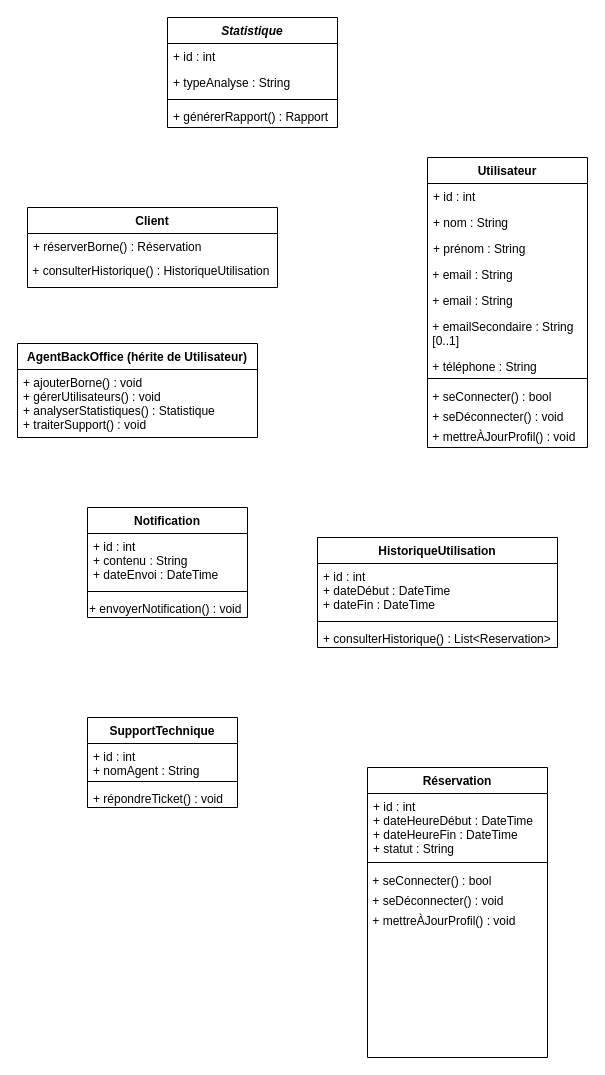
This is Diagramme de classe.drawio from achreffakraoui/Projet-uml, a draw.io file, before an edit. Source tidied: cells renumbered, new cells numbered last; positions are measured from the earlier drawing's top-left corner, leaving out a move shared by most shapes. Both pictures are drawn from the tidied source at 100%, with x=0, y=0 at pixel (17, 17).
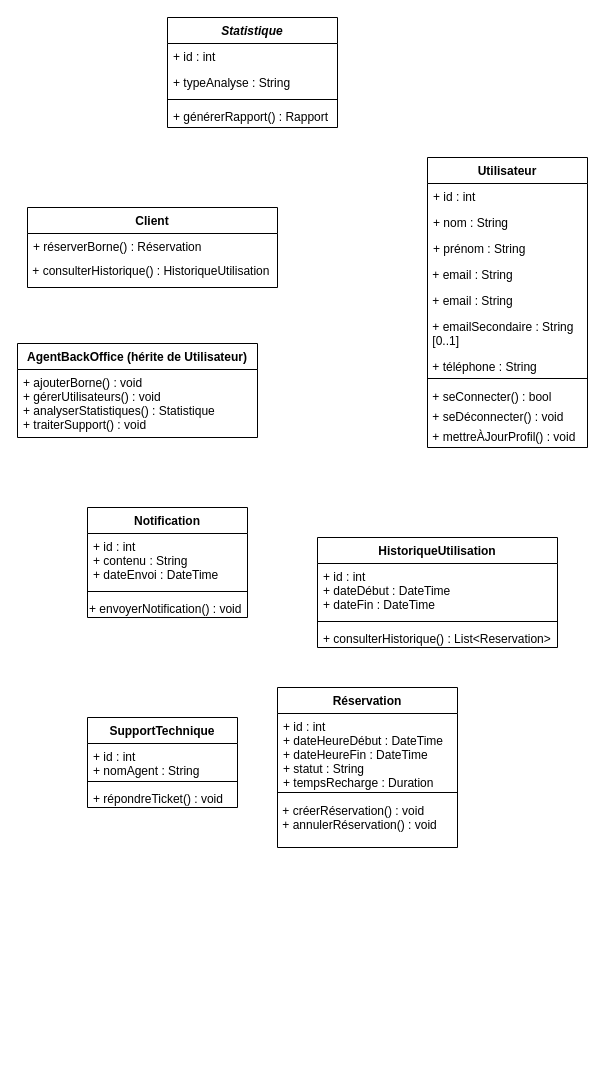
The same diagram, later.

Commit message (it also covers changes not shown here):
Mettre à jour Diagramme de classe.drawio

Change to the diagram source:
```diff
@@
     <mxCell id="36" value="Réservation" style="swimlane;fontStyle=1;align=center;verticalAlign=top;horizontal=1;startSize=26;rounded=0;shadow=0;strokeWidth=1;" parent="1" vertex="1">
-      <mxGeometry x="350" y="750" width="180" height="290" as="geometry" />
+      <mxGeometry x="260" y="670" width="180" height="160" as="geometry" />
     </mxCell>
-    <mxCell id="37" value="+ id : int  &#10;+ dateHeureDébut : DateTime  &#10;+ dateHeureFin : DateTime  &#10;+ statut : String" style="text;align=left;verticalAlign=top;spacingLeft=4;spacingRight=4;overflow=hidden;rounded=0;shadow=0;html=0;" parent="36" vertex="1">
-      <mxGeometry y="26" width="180" height="64" as="geometry" />
+    <mxCell id="37" value="+ id : int  &#10;+ dateHeureDébut : DateTime  &#10;+ dateHeureFin : DateTime  &#10;+ statut : String&#10;+ tempsRecharge : Duration " style="text;align=left;verticalAlign=top;spacingLeft=4;spacingRight=4;overflow=hidden;rounded=0;shadow=0;html=0;" parent="36" vertex="1">
+      <mxGeometry y="26" width="180" height="74" as="geometry" />
     </mxCell>
     <mxCell id="38" style="line;html=1;strokeWidth=1;align=left;verticalAlign=middle;spacingTop=-1;spacingLeft=3;spacingRight=3;labelPosition=right;" parent="36" vertex="1">
-      <mxGeometry y="90" width="180" height="10" as="geometry" />
+      <mxGeometry y="100" width="180" height="10" as="geometry" />
     </mxCell>
-    <mxCell id="39" value=" + seConnecter() : bool" style="text;whiteSpace=wrap;" parent="36" vertex="1">
-      <mxGeometry y="100" width="180" height="20" as="geometry" />
+    <mxCell id="39" value=" + créerRéservation() : void  &#10; + annulerRéservation() : void" style="text;whiteSpace=wrap;" parent="36" vertex="1">
+      <mxGeometry y="110" width="180" height="30" as="geometry" />
     </mxCell>
-    <mxCell id="40" value=" + seDéconnecter() : void" style="text;whiteSpace=wrap;" parent="36" vertex="1">
-      <mxGeometry y="120" width="180" height="20" as="geometry" />
-    </mxCell>
-    <mxCell id="41" value=" + mettreÀJourProfil() : void" style="text;whiteSpace=wrap;" parent="36" vertex="1">
-      <mxGeometry y="140" width="180" height="24" as="geometry" />
-    </mxCell>
```
